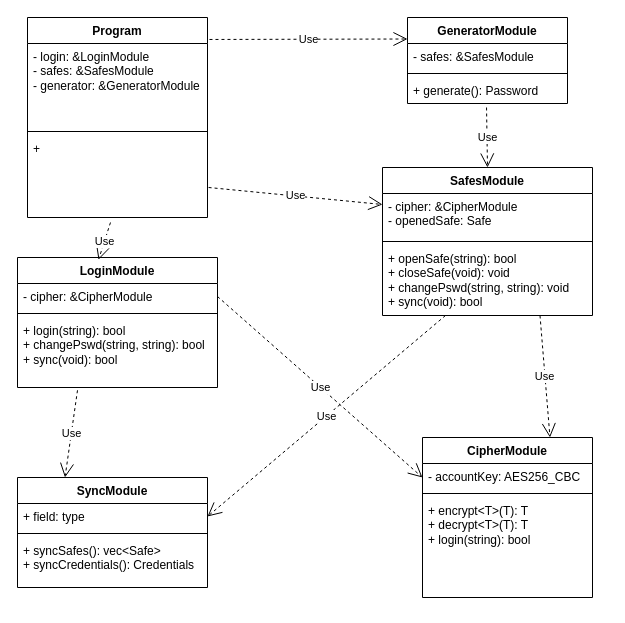
This is UML/klasy.drawio from sushio4/password-manager, a draw.io file, before an edit. Source tidied: cells renumbered, new cells numbered last; positions are measured from the earlier drawing's top-left corner, leaving out a move shared by most shapes. Both pictures are drawn from the tidied source at 100%, with x=0, y=0 at pixel (17, 17).
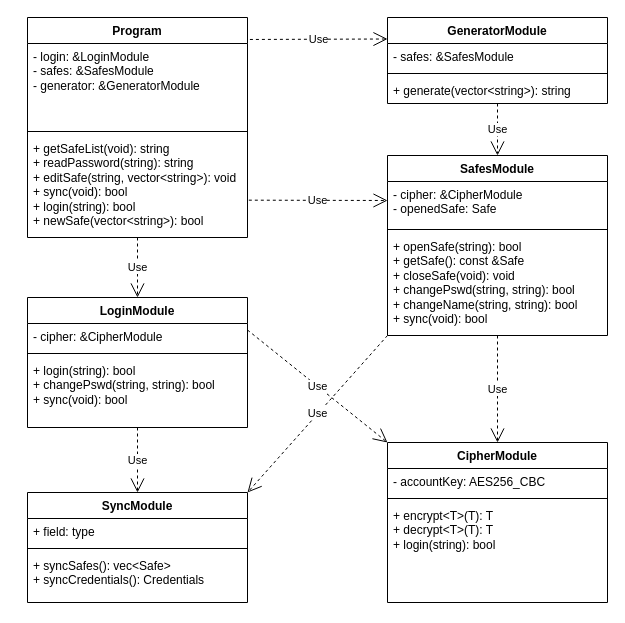
The same page after the edit.

Commit message:
Poprawione funkcje i wygląd diagramu

What changed in the source:
```diff
@@
     <mxCell id="2" value="Program" style="swimlane;fontStyle=1;align=center;verticalAlign=top;horizontal=1;startSize=26;whiteSpace=wrap;html=1;" parent="1" vertex="1">
-      <mxGeometry x="10" width="180" height="200" as="geometry" />
+      <mxGeometry x="10" width="220" height="220" as="geometry" />
     </mxCell>
     <mxCell id="3" value="&lt;div&gt;- login: &amp;amp;LoginModule&lt;/div&gt;&lt;div&gt;- safes: &amp;amp;SafesModule&lt;/div&gt;&lt;div&gt;- generator: &amp;amp;GeneratorModule&lt;/div&gt;" style="text;strokeColor=none;fillColor=none;align=left;verticalAlign=top;spacingLeft=4;spacingRight=4;overflow=hidden;points=[[0,0.5],[1,0.5]];portConstraint=eastwest;whiteSpace=wrap;html=1;" parent="2" vertex="1">
-      <mxGeometry y="26" width="180" height="84" as="geometry" />
+      <mxGeometry y="26" width="220" height="84" as="geometry" />
     </mxCell>
     <mxCell id="4" style="line;strokeWidth=1;fillColor=none;align=left;verticalAlign=middle;spacingTop=-1;spacingLeft=3;spacingRight=3;labelPosition=right;strokeColor=inherit;" parent="2" vertex="1">
-      <mxGeometry y="110" width="180" height="8" as="geometry" />
+      <mxGeometry y="110" width="220" height="8" as="geometry" />
     </mxCell>
-    <mxCell id="5" value="&lt;div&gt;+ &lt;br&gt;&lt;/div&gt;" style="text;strokeColor=none;fillColor=none;align=left;verticalAlign=top;spacingLeft=4;spacingRight=4;overflow=hidden;points=[[0,0.5],[1,0.5]];portConstraint=eastwest;whiteSpace=wrap;html=1;" parent="2" vertex="1">
-      <mxGeometry y="118" width="180" height="82" as="geometry" />
+    <mxCell id="5" value="&lt;div&gt;+ getSafeList(void): string&lt;br&gt;&lt;/div&gt;&lt;div&gt;+ readPassword(string): string&lt;br&gt;&lt;/div&gt;&lt;div&gt;+ editSafe(string, vector&amp;lt;string&amp;gt;): void&lt;br&gt;&lt;/div&gt;&lt;div&gt;+ sync(void): bool&lt;/div&gt;&lt;div&gt;+ login(string): bool&lt;br&gt;&lt;/div&gt;&lt;div&gt;+ newSafe(vector&amp;lt;string&amp;gt;): bool&lt;br&gt;&lt;/div&gt;" style="text;strokeColor=none;fillColor=none;align=left;verticalAlign=top;spacingLeft=4;spacingRight=4;overflow=hidden;points=[[0,0.5],[1,0.5]];portConstraint=eastwest;whiteSpace=wrap;html=1;" parent="2" vertex="1">
+      <mxGeometry y="118" width="220" height="102" as="geometry" />
     </mxCell>
     <mxCell id="6" value="GeneratorModule" style="swimlane;fontStyle=1;align=center;verticalAlign=top;horizontal=1;startSize=26;whiteSpace=wrap;html=1;" parent="1" vertex="1">
-      <mxGeometry x="390" width="160" height="86" as="geometry" />
+      <mxGeometry x="370" width="220" height="86" as="geometry" />
     </mxCell>
     <mxCell id="7" value="- safes: &amp;amp;SafesModule" style="text;strokeColor=none;fillColor=none;align=left;verticalAlign=top;spacingLeft=4;spacingRight=4;overflow=hidden;whiteSpace=wrap;html=1;" parent="6" vertex="1">
-      <mxGeometry y="26" width="160" height="26" as="geometry" />
+      <mxGeometry y="26" width="220" height="26" as="geometry" />
     </mxCell>
     <mxCell id="8" style="line;strokeWidth=1;fillColor=none;align=left;verticalAlign=middle;spacingTop=-1;spacingLeft=3;spacingRight=3;labelPosition=right;strokeColor=inherit;" parent="6" vertex="1">
-      <mxGeometry y="52" width="160" height="8" as="geometry" />
+      <mxGeometry y="52" width="220" height="8" as="geometry" />
     </mxCell>
-    <mxCell id="9" value="+ generate(): Password" style="text;strokeColor=none;fillColor=none;align=left;verticalAlign=top;spacingLeft=4;spacingRight=4;overflow=hidden;points=[[0,0.5],[1,0.5]];portConstraint=eastwest;whiteSpace=wrap;html=1;" parent="6" vertex="1">
-      <mxGeometry y="60" width="160" height="26" as="geometry" />
+    <mxCell id="9" value="+ generate(vector&amp;lt;string&amp;gt;): string" style="text;strokeColor=none;fillColor=none;align=left;verticalAlign=top;spacingLeft=4;spacingRight=4;overflow=hidden;points=[[0,0.5],[1,0.5]];portConstraint=eastwest;whiteSpace=wrap;html=1;" parent="6" vertex="1">
+      <mxGeometry y="60" width="220" height="26" as="geometry" />
     </mxCell>
     <mxCell id="10" value="SafesModule" style="swimlane;fontStyle=1;align=center;verticalAlign=top;horizontal=1;startSize=26;whiteSpace=wrap;html=1;" parent="1" vertex="1">
-      <mxGeometry x="365" y="150" width="210" height="148" as="geometry" />
+      <mxGeometry x="370" y="138" width="220" height="180" as="geometry" />
     </mxCell>
     <mxCell id="11" value="&lt;div&gt;- cipher: &amp;amp;CipherModule&lt;/div&gt;&lt;div&gt;- openedSafe: Safe&lt;br&gt;&lt;/div&gt;" style="text;strokeColor=none;fillColor=none;align=left;verticalAlign=top;spacingLeft=4;spacingRight=4;overflow=hidden;whiteSpace=wrap;html=1;" parent="10" vertex="1">
-      <mxGeometry y="26" width="210" height="44" as="geometry" />
+      <mxGeometry y="26" width="220" height="44" as="geometry" />
     </mxCell>
     <mxCell id="12" style="line;strokeWidth=1;fillColor=none;align=left;verticalAlign=middle;spacingTop=-1;spacingLeft=3;spacingRight=3;labelPosition=right;strokeColor=inherit;" parent="10" vertex="1">
-      <mxGeometry y="70" width="210" height="8" as="geometry" />
+      <mxGeometry y="70" width="220" height="8" as="geometry" />
     </mxCell>
-    <mxCell id="13" value="&lt;div&gt;+ openSafe(string): bool&lt;/div&gt;&lt;div&gt;+ closeSafe(void): void&lt;/div&gt;&lt;div&gt;+ changePswd(string, string): void&lt;br&gt;&lt;/div&gt;&lt;div&gt;+ sync(void): bool&lt;br&gt;&lt;/div&gt;" style="text;strokeColor=none;fillColor=none;align=left;verticalAlign=top;spacingLeft=4;spacingRight=4;overflow=hidden;points=[[0,0.5],[1,0.5]];portConstraint=eastwest;whiteSpace=wrap;html=1;" parent="10" vertex="1">
-      <mxGeometry y="78" width="210" height="70" as="geometry" />
+    <mxCell id="13" value="&lt;div&gt;+ openSafe(string): bool&lt;/div&gt;&lt;div&gt;+ getSafe(): const &amp;amp;Safe&lt;br&gt;&lt;/div&gt;&lt;div&gt;+ closeSafe(void): void&lt;/div&gt;&lt;div&gt;+ changePswd(string, string): bool&lt;br&gt;&lt;/div&gt;&lt;div&gt;+ changeName(string, string): bool&lt;br&gt;&lt;/div&gt;&lt;div&gt;+ sync(void): bool&lt;br&gt;&lt;/div&gt;" style="text;strokeColor=none;fillColor=none;align=left;verticalAlign=top;spacingLeft=4;spacingRight=4;overflow=hidden;points=[[0,0.5],[1,0.5]];portConstraint=eastwest;whiteSpace=wrap;html=1;" parent="10" vertex="1">
+      <mxGeometry y="78" width="220" height="102" as="geometry" />
     </mxCell>
     <mxCell id="14" value="LoginModule" style="swimlane;fontStyle=1;align=center;verticalAlign=top;horizontal=1;startSize=26;whiteSpace=wrap;html=1;" parent="1" vertex="1">
-      <mxGeometry y="240" width="200" height="130" as="geometry" />
+      <mxGeometry x="10" y="280" width="220" height="130" as="geometry" />
     </mxCell>
     <mxCell id="15" value="- cipher: &amp;amp;CipherModule" style="text;strokeColor=none;fillColor=none;align=left;verticalAlign=top;spacingLeft=4;spacingRight=4;overflow=hidden;points=[[0,0.5],[1,0.5]];portConstraint=eastwest;whiteSpace=wrap;html=1;" parent="14" vertex="1">
-      <mxGeometry y="26" width="200" height="26" as="geometry" />
+      <mxGeometry y="26" width="220" height="26" as="geometry" />
     </mxCell>
     <mxCell id="16" style="line;strokeWidth=1;fillColor=none;align=left;verticalAlign=middle;spacingTop=-1;spacingLeft=3;spacingRight=3;labelPosition=right;strokeColor=inherit;" parent="14" vertex="1">
-      <mxGeometry y="52" width="200" height="8" as="geometry" />
+      <mxGeometry y="52" width="220" height="8" as="geometry" />
     </mxCell>
     <mxCell id="17" value="&lt;div&gt;+ login(string): bool&lt;/div&gt;&lt;div&gt;+ changePswd(string, string): bool&lt;br&gt;&lt;/div&gt;&lt;div&gt;+ sync(void): bool&lt;br&gt;&lt;/div&gt;" style="text;strokeColor=none;fillColor=none;align=left;verticalAlign=top;spacingLeft=4;spacingRight=4;overflow=hidden;points=[[0,0.5],[1,0.5]];portConstraint=eastwest;whiteSpace=wrap;html=1;" parent="14" vertex="1">
-      <mxGeometry y="60" width="200" height="70" as="geometry" />
+      <mxGeometry y="60" width="220" height="70" as="geometry" />
     </mxCell>
-    <mxCell id="18" value="Use" style="endArrow=open;endSize=12;dashed=1;html=1;rounded=0;exitX=0.461;exitY=1.061;exitDx=0;exitDy=0;exitPerimeter=0;entryX=0.405;entryY=0.018;entryDx=0;entryDy=0;entryPerimeter=0;" parent="1" edge="1" source="5" target="14">
+    <mxCell id="18" value="Use" style="endArrow=open;endSize=12;dashed=1;html=1;rounded=0;entryX=0.5;entryY=0;entryDx=0;entryDy=0;exitX=0.5;exitY=1;exitDx=0;exitDy=0;" parent="1" edge="1" source="2" target="14">
       <mxGeometry relative="1" as="geometry" />
     </mxCell>
@@
-    <mxCell id="21" value="Use" style="endArrow=open;endSize=12;dashed=1;html=1;rounded=0;exitX=0.494;exitY=1.154;exitDx=0;exitDy=0;exitPerimeter=0;entryX=0.5;entryY=0;entryDx=0;entryDy=0;" parent="1" edge="1" source="9" target="10">
+    <mxCell id="21" value="Use" style="endArrow=open;endSize=12;dashed=1;html=1;rounded=0;exitX=0.5;exitY=1;exitDx=0;exitDy=0;entryX=0.5;entryY=0;entryDx=0;entryDy=0;" parent="1" edge="1" source="6" target="10">
       <mxGeometry relative="1" as="geometry" />
     </mxCell>
     <mxCell id="22" value="CipherModule" style="swimlane;fontStyle=1;align=center;verticalAlign=top;horizontal=1;startSize=26;whiteSpace=wrap;html=1;" parent="1" vertex="1">
-      <mxGeometry x="405" y="420" width="170" height="160" as="geometry" />
+      <mxGeometry x="370" y="425" width="220" height="160" as="geometry" />
     </mxCell>
     <mxCell id="23" value="- accountKey: AES256_CBC" style="text;strokeColor=none;fillColor=none;align=left;verticalAlign=top;spacingLeft=4;spacingRight=4;overflow=hidden;whiteSpace=wrap;html=1;" parent="22" vertex="1">
-      <mxGeometry y="26" width="170" height="26" as="geometry" />
+      <mxGeometry y="26" width="220" height="26" as="geometry" />
     </mxCell>
     <mxCell id="24" style="line;strokeWidth=1;fillColor=none;align=left;verticalAlign=middle;spacingTop=-1;spacingLeft=3;spacingRight=3;labelPosition=right;strokeColor=inherit;" parent="22" vertex="1">
-      <mxGeometry y="52" width="170" height="8" as="geometry" />
+      <mxGeometry y="52" width="220" height="8" as="geometry" />
     </mxCell>
     <mxCell id="25" value="&lt;div&gt;+ encrypt&amp;lt;T&amp;gt;(T): T&lt;br&gt;&lt;/div&gt;&lt;div&gt;+ decrypt&amp;lt;T&amp;gt;(T): T&lt;br&gt;&lt;/div&gt;&lt;div&gt;+ login(string): bool&lt;br&gt;&lt;/div&gt;" style="text;strokeColor=none;fillColor=none;align=left;verticalAlign=top;spacingLeft=4;spacingRight=4;overflow=hidden;whiteSpace=wrap;html=1;" parent="22" vertex="1">
-      <mxGeometry y="60" width="170" height="100" as="geometry" />
+      <mxGeometry y="60" width="220" height="100" as="geometry" />
     </mxCell>
-    <mxCell id="26" value="Use" style="endArrow=open;endSize=12;dashed=1;html=1;rounded=0;exitX=1;exitY=0.5;exitDx=0;exitDy=0;entryX=0;entryY=0.25;entryDx=0;entryDy=0;" parent="1" edge="1" source="15" target="22">
+    <mxCell id="26" value="Use" style="endArrow=open;endSize=12;dashed=1;html=1;rounded=0;entryX=0;entryY=0;entryDx=0;entryDy=0;exitX=1;exitY=0.25;exitDx=0;exitDy=0;" parent="1" edge="1" source="14" target="22">
       <mxGeometry relative="1" as="geometry" />
     </mxCell>
-    <mxCell id="27" value="Use" style="endArrow=open;endSize=12;dashed=1;html=1;rounded=0;exitX=0.75;exitY=1;exitDx=0;exitDy=0;entryX=0.75;entryY=0;entryDx=0;entryDy=0;" parent="1" edge="1" source="10" target="22">
+    <mxCell id="27" value="Use" style="endArrow=open;endSize=12;dashed=1;html=1;rounded=0;exitX=0.5;exitY=1;exitDx=0;exitDy=0;entryX=0.5;entryY=0;entryDx=0;entryDy=0;" parent="1" edge="1" source="10" target="22">
       <mxGeometry relative="1" as="geometry" />
     </mxCell>
     <mxCell id="28" value="SyncModule" style="swimlane;fontStyle=1;align=center;verticalAlign=top;horizontal=1;startSize=26;whiteSpace=wrap;html=1;" parent="1" vertex="1">
-      <mxGeometry y="460" width="190" height="110" as="geometry" />
+      <mxGeometry x="10" y="475" width="220" height="110" as="geometry" />
     </mxCell>
     <mxCell id="29" value="+ field: type" style="text;strokeColor=none;fillColor=none;align=left;verticalAlign=top;spacingLeft=4;spacingRight=4;overflow=hidden;points=[[0,0.5],[1,0.5]];portConstraint=eastwest;whiteSpace=wrap;html=1;" parent="28" vertex="1">
-      <mxGeometry y="26" width="190" height="26" as="geometry" />
+      <mxGeometry y="26" width="220" height="26" as="geometry" />
     </mxCell>
     <mxCell id="30" style="line;strokeWidth=1;fillColor=none;align=left;verticalAlign=middle;spacingTop=-1;spacingLeft=3;spacingRight=3;labelPosition=right;strokeColor=inherit;" parent="28" vertex="1">
-      <mxGeometry y="52" width="190" height="8" as="geometry" />
+      <mxGeometry y="52" width="220" height="8" as="geometry" />
     </mxCell>
     <mxCell id="31" value="&lt;div&gt;+ syncSafes(): vec&amp;lt;Safe&amp;gt;&lt;br&gt;&lt;/div&gt;&lt;div&gt;+ syncCredentials(): Credentials&lt;br&gt;&lt;/div&gt;" style="text;strokeColor=none;fillColor=none;align=left;verticalAlign=top;spacingLeft=4;spacingRight=4;overflow=hidden;whiteSpace=wrap;html=1;" parent="28" vertex="1">
-      <mxGeometry y="60" width="190" height="50" as="geometry" />
+      <mxGeometry y="60" width="220" height="50" as="geometry" />
     </mxCell>
-    <mxCell id="32" value="Use" style="endArrow=open;endSize=12;dashed=1;html=1;rounded=0;exitX=0.3;exitY=1.04;exitDx=0;exitDy=0;entryX=0.25;entryY=0;entryDx=0;entryDy=0;exitPerimeter=0;" parent="1" edge="1" source="17" target="28">
+    <mxCell id="32" value="Use" style="endArrow=open;endSize=12;dashed=1;html=1;rounded=0;entryX=0.5;entryY=0;entryDx=0;entryDy=0;exitX=0.5;exitY=1;exitDx=0;exitDy=0;" parent="1" edge="1" source="14" target="28">
       <mxGeometry relative="1" as="geometry" />
     </mxCell>
-    <mxCell id="33" value="Use" style="endArrow=open;endSize=12;dashed=1;html=1;rounded=0;exitX=0.3;exitY=1;exitDx=0;exitDy=0;exitPerimeter=0;entryX=1;entryY=0.5;entryDx=0;entryDy=0;" parent="1" edge="1" source="13" target="29">
+    <mxCell id="33" value="Use" style="endArrow=open;endSize=12;dashed=1;html=1;rounded=0;entryX=1;entryY=0;entryDx=0;entryDy=0;exitX=0;exitY=1;exitDx=0;exitDy=0;" parent="1" edge="1" source="10" target="28">
       <mxGeometry relative="1" as="geometry" />
     </mxCell>
```
